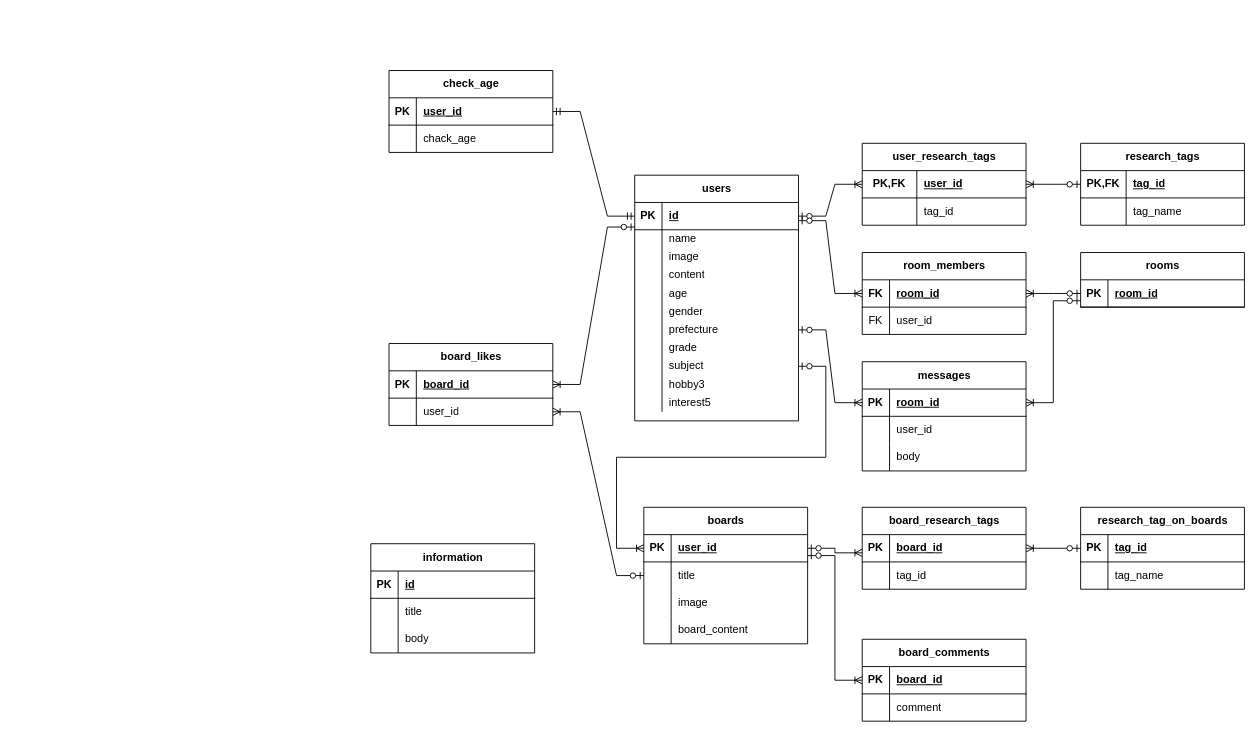
Above: ER_auth_test.drawio in chobencho/auth-test (draw.io), before the change. Source tidied: cells renumbered, new cells numbered last; positions are measured from the earlier drawing's top-left corner, leaving out a move shared by most shapes. Both pictures are drawn from the tidied source at 91%, with x=0, y=0 at pixel (252, 70).
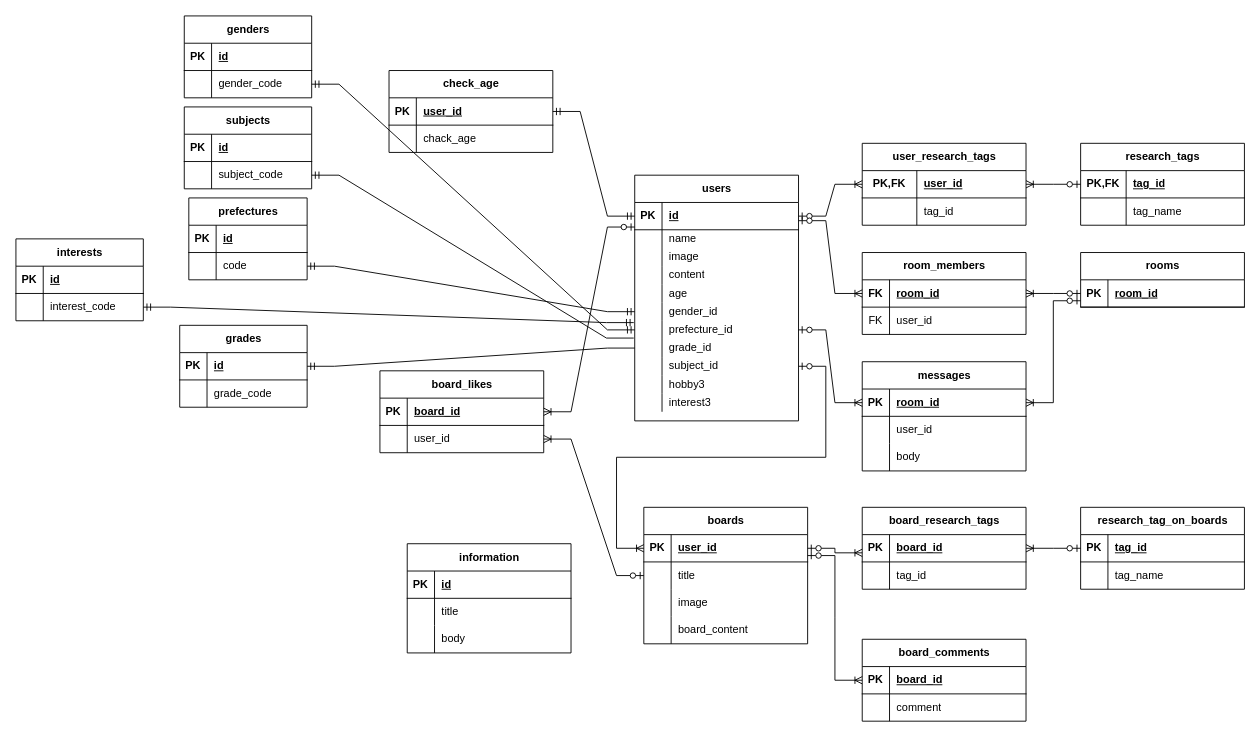
After the change.

Commit message:
ER_auth_test.drawio を更新します

Unchanged cells that the change refers to:
```xml
<mxCell id="18" style="shape=tableRow;horizontal=0;startSize=0;swimlaneHead=0;swimlaneBody=0;fillColor=none;points=[[0,0.5],[1,0.5]];portConstraint=eastwest;top=0;left=0;right=0;bottom=0;" parent="2" vertex="1">
  <mxGeometry y="140" width="180" height="20" as="geometry" />
</mxCell>
<mxCell id="21" style="shape=tableRow;horizontal=0;startSize=0;swimlaneHead=0;swimlaneBody=0;fillColor=none;points=[[0,0.5],[1,0.5]];portConstraint=eastwest;top=0;left=0;right=0;bottom=0;" parent="2" vertex="1">
  <mxGeometry y="160" width="180" height="20" as="geometry" />
</mxCell>
<mxCell id="24" style="shape=tableRow;horizontal=0;startSize=0;swimlaneHead=0;swimlaneBody=0;fillColor=none;points=[[0,0.5],[1,0.5]];portConstraint=eastwest;top=0;left=0;right=0;bottom=0;" parent="2" vertex="1">
  <mxGeometry y="180" width="180" height="20" as="geometry" />
</mxCell>
<mxCell id="27" style="shape=tableRow;horizontal=0;startSize=0;swimlaneHead=0;swimlaneBody=0;fillColor=none;points=[[0,0.5],[1,0.5]];portConstraint=eastwest;top=0;left=0;right=0;bottom=0;" parent="2" vertex="1">
  <mxGeometry y="200" width="180" height="20" as="geometry" />
</mxCell>
<mxCell id="33" style="shape=tableRow;horizontal=0;startSize=0;swimlaneHead=0;swimlaneBody=0;fillColor=none;top=0;left=0;right=0;bottom=0;" parent="2" vertex="1">
  <mxGeometry y="240" width="180" height="20" as="geometry" />
</mxCell>
```

Diff of the diagram source:
```diff
@@
-    <mxCell id="20" value="gender" style="shape=partialRectangle;fillColor=none;top=0;left=0;bottom=0;right=0;align=left;spacingLeft=6;overflow=hidden;whiteSpace=wrap;html=1;" parent="18" vertex="1">
+    <mxCell id="20" value="gender_id" style="shape=partialRectangle;fillColor=none;top=0;left=0;bottom=0;right=0;align=left;spacingLeft=6;overflow=hidden;whiteSpace=wrap;html=1;" parent="18" vertex="1">
       <mxGeometry x="30" width="150" height="20" as="geometry" />
     </mxCell>
@@
-    <mxCell id="23" value="prefecture" style="shape=partialRectangle;fillColor=none;top=0;left=0;bottom=0;right=0;align=left;spacingLeft=6;overflow=hidden;whiteSpace=wrap;html=1;" parent="21" vertex="1">
+    <mxCell id="23" value="prefecture_id" style="shape=partialRectangle;fillColor=none;top=0;left=0;bottom=0;right=0;align=left;spacingLeft=6;overflow=hidden;whiteSpace=wrap;html=1;" parent="21" vertex="1">
       <mxGeometry x="30" width="150" height="20" as="geometry" />
     </mxCell>
@@
-    <mxCell id="26" value="grade" style="shape=partialRectangle;fillColor=none;top=0;left=0;bottom=0;right=0;align=left;spacingLeft=6;overflow=hidden;whiteSpace=wrap;html=1;" parent="24" vertex="1">
+    <mxCell id="26" value="grade_id" style="shape=partialRectangle;fillColor=none;top=0;left=0;bottom=0;right=0;align=left;spacingLeft=6;overflow=hidden;whiteSpace=wrap;html=1;" parent="24" vertex="1">
       <mxGeometry x="30" width="150" height="20" as="geometry" />
     </mxCell>
@@
-    <mxCell id="29" value="subject" style="shape=partialRectangle;fillColor=none;top=0;left=0;bottom=0;right=0;align=left;spacingLeft=6;overflow=hidden;whiteSpace=wrap;html=1;" parent="27" vertex="1">
+    <mxCell id="29" value="subject_id" style="shape=partialRectangle;fillColor=none;top=0;left=0;bottom=0;right=0;align=left;spacingLeft=6;overflow=hidden;whiteSpace=wrap;html=1;" parent="27" vertex="1">
       <mxGeometry x="30" width="150" height="20" as="geometry" />
     </mxCell>
@@
-    <mxCell id="35" value="interest5" style="shape=partialRectangle;fillColor=none;top=0;left=0;bottom=0;right=0;align=left;spacingLeft=6;overflow=hidden;whiteSpace=wrap;html=1;" parent="33" vertex="1">
+    <mxCell id="35" value="interest3" style="shape=partialRectangle;fillColor=none;top=0;left=0;bottom=0;right=0;align=left;spacingLeft=6;overflow=hidden;whiteSpace=wrap;html=1;" parent="33" vertex="1">
       <mxGeometry x="30" width="150" height="20" as="geometry" />
     </mxCell>
@@
     <mxCell id="107" value="board_likes" style="shape=table;startSize=30;childLayout=tableLayout;rowLines=0;fontStyle=1;align=center;html=1;" parent="1" vertex="1">
-      <mxGeometry x="150" y="300" width="180" height="90" as="geometry" />
+      <mxGeometry x="140" y="330" width="180" height="90" as="geometry" />
     </mxCell>
@@
     <mxCell id="132" value="information" style="shape=table;startSize=30;childLayout=tableLayout;rowLines=0;fontStyle=1;align=center;html=1;" parent="1" vertex="1">
-      <mxGeometry x="130" y="520" width="180" height="120" as="geometry" />
+      <mxGeometry x="170" y="520" width="180" height="120" as="geometry" />
     </mxCell>
@@
+    <mxCell id="142" value="prefectures" style="shape=table;startSize=30;childLayout=tableLayout;rowLines=0;fontStyle=1;align=center;html=1;" parent="1" vertex="1">
+      <mxGeometry x="-70" y="140" width="130" height="90" as="geometry" />
+    </mxCell>
+    <mxCell id="143" style="shape=tableRow;horizontal=0;startSize=0;swimlaneHead=0;swimlaneBody=0;fillColor=none;top=0;left=0;right=0;bottom=1;" parent="142" vertex="1">
+      <mxGeometry y="30" width="130" height="30" as="geometry" />
+    </mxCell>
+    <mxCell id="144" value="PK" style="shape=partialRectangle;fillColor=none;top=0;left=0;bottom=0;right=0;fontStyle=1;overflow=hidden;whiteSpace=wrap;html=1;" parent="143" vertex="1">
+      <mxGeometry width="30" height="30" as="geometry" />
+    </mxCell>
+    <mxCell id="145" value="id" style="shape=partialRectangle;fillColor=none;top=0;left=0;bottom=0;right=0;align=left;spacingLeft=6;fontStyle=5;overflow=hidden;whiteSpace=wrap;html=1;" parent="143" vertex="1">
+      <mxGeometry x="30" width="100" height="30" as="geometry" />
+    </mxCell>
+    <mxCell id="146" style="shape=tableRow;horizontal=0;startSize=0;swimlaneHead=0;swimlaneBody=0;fillColor=none;points=[[0,0.5],[1,0.5]];portConstraint=eastwest;top=0;left=0;right=0;bottom=0;" parent="142" vertex="1">
+      <mxGeometry y="60" width="130" height="30" as="geometry" />
+    </mxCell>
+    <mxCell id="147" style="shape=partialRectangle;fillColor=none;top=0;left=0;bottom=0;right=0;overflow=hidden;whiteSpace=wrap;html=1;" parent="146" vertex="1">
+      <mxGeometry width="30" height="30" as="geometry" />
+    </mxCell>
+    <mxCell id="148" value="code" style="shape=partialRectangle;fillColor=none;top=0;left=0;bottom=0;right=0;align=left;spacingLeft=6;overflow=hidden;whiteSpace=wrap;html=1;" parent="146" vertex="1">
+      <mxGeometry x="30" width="100" height="30" as="geometry" />
+    </mxCell>
+    <mxCell id="149" value="subjects" style="shape=table;startSize=30;childLayout=tableLayout;rowLines=0;fontStyle=1;align=center;html=1;" parent="1" vertex="1">
+      <mxGeometry x="-75" y="40" width="140" height="90" as="geometry" />
+    </mxCell>
+    <mxCell id="150" style="shape=tableRow;horizontal=0;startSize=0;swimlaneHead=0;swimlaneBody=0;fillColor=none;top=0;left=0;right=0;bottom=1;" parent="149" vertex="1">
+      <mxGeometry y="30" width="140" height="30" as="geometry" />
+    </mxCell>
+    <mxCell id="151" value="PK" style="shape=partialRectangle;fillColor=none;top=0;left=0;bottom=0;right=0;fontStyle=1;overflow=hidden;whiteSpace=wrap;html=1;" parent="150" vertex="1">
+      <mxGeometry width="30" height="30" as="geometry" />
+    </mxCell>
+    <mxCell id="152" value="id" style="shape=partialRectangle;fillColor=none;top=0;left=0;bottom=0;right=0;align=left;spacingLeft=6;fontStyle=5;overflow=hidden;whiteSpace=wrap;html=1;" parent="150" vertex="1">
+      <mxGeometry x="30" width="110" height="30" as="geometry" />
+    </mxCell>
+    <mxCell id="153" style="shape=tableRow;horizontal=0;startSize=0;swimlaneHead=0;swimlaneBody=0;fillColor=none;points=[[0,0.5],[1,0.5]];portConstraint=eastwest;top=0;left=0;right=0;bottom=0;" parent="149" vertex="1">
+      <mxGeometry y="60" width="140" height="30" as="geometry" />
+    </mxCell>
+    <mxCell id="154" style="shape=partialRectangle;fillColor=none;top=0;left=0;bottom=0;right=0;overflow=hidden;whiteSpace=wrap;html=1;" parent="153" vertex="1">
+      <mxGeometry width="30" height="30" as="geometry" />
+    </mxCell>
+    <mxCell id="155" value="subject_code" style="shape=partialRectangle;fillColor=none;top=0;left=0;bottom=0;right=0;align=left;spacingLeft=6;overflow=hidden;whiteSpace=wrap;html=1;" parent="153" vertex="1">
+      <mxGeometry x="30" width="110" height="30" as="geometry" />
+    </mxCell>
+    <mxCell id="156" value="genders" style="shape=table;startSize=30;childLayout=tableLayout;rowLines=0;fontStyle=1;align=center;html=1;" parent="1" vertex="1">
+      <mxGeometry x="-75" y="-60" width="140" height="90" as="geometry" />
+    </mxCell>
+    <mxCell id="157" style="shape=tableRow;horizontal=0;startSize=0;swimlaneHead=0;swimlaneBody=0;fillColor=none;top=0;left=0;right=0;bottom=1;" parent="156" vertex="1">
+      <mxGeometry y="30" width="140" height="30" as="geometry" />
+    </mxCell>
+    <mxCell id="158" value="PK" style="shape=partialRectangle;fillColor=none;top=0;left=0;bottom=0;right=0;fontStyle=1;overflow=hidden;whiteSpace=wrap;html=1;" parent="157" vertex="1">
+      <mxGeometry width="30" height="30" as="geometry" />
+    </mxCell>
+    <mxCell id="159" value="id" style="shape=partialRectangle;fillColor=none;top=0;left=0;bottom=0;right=0;align=left;spacingLeft=6;fontStyle=5;overflow=hidden;whiteSpace=wrap;html=1;" parent="157" vertex="1">
+      <mxGeometry x="30" width="110" height="30" as="geometry" />
+    </mxCell>
+    <mxCell id="160" style="shape=tableRow;horizontal=0;startSize=0;swimlaneHead=0;swimlaneBody=0;fillColor=none;points=[[0,0.5],[1,0.5]];portConstraint=eastwest;top=0;left=0;right=0;bottom=0;" parent="156" vertex="1">
+      <mxGeometry y="60" width="140" height="30" as="geometry" />
+    </mxCell>
+    <mxCell id="161" style="shape=partialRectangle;fillColor=none;top=0;left=0;bottom=0;right=0;overflow=hidden;whiteSpace=wrap;html=1;" parent="160" vertex="1">
+      <mxGeometry width="30" height="30" as="geometry" />
+    </mxCell>
+    <mxCell id="162" value="gender_code" style="shape=partialRectangle;fillColor=none;top=0;left=0;bottom=0;right=0;align=left;spacingLeft=6;overflow=hidden;whiteSpace=wrap;html=1;" parent="160" vertex="1">
+      <mxGeometry x="30" width="110" height="30" as="geometry" />
+    </mxCell>
+    <mxCell id="163" value="grades" style="shape=table;startSize=30;childLayout=tableLayout;rowLines=0;fontStyle=1;align=center;html=1;" parent="1" vertex="1">
+      <mxGeometry x="-80" y="280" width="140" height="90" as="geometry" />
+    </mxCell>
+    <mxCell id="164" style="shape=tableRow;horizontal=0;startSize=0;swimlaneHead=0;swimlaneBody=0;fillColor=none;points=[[0,0.5],[1,0.5]];portConstraint=eastwest;top=0;left=0;right=0;bottom=1;" parent="163" vertex="1">
+      <mxGeometry y="30" width="140" height="30" as="geometry" />
+    </mxCell>
+    <mxCell id="165" value="PK" style="shape=partialRectangle;fillColor=none;top=0;left=0;bottom=0;right=0;fontStyle=1;overflow=hidden;whiteSpace=wrap;html=1;" parent="164" vertex="1">
+      <mxGeometry width="30" height="30" as="geometry" />
+    </mxCell>
+    <mxCell id="166" value="id" style="shape=partialRectangle;fillColor=none;top=0;left=0;bottom=0;right=0;align=left;spacingLeft=6;fontStyle=5;overflow=hidden;whiteSpace=wrap;html=1;" parent="164" vertex="1">
+      <mxGeometry x="30" width="110" height="30" as="geometry" />
+    </mxCell>
+    <mxCell id="167" style="shape=tableRow;horizontal=0;startSize=0;swimlaneHead=0;swimlaneBody=0;fillColor=none;top=0;left=0;right=0;bottom=0;" parent="163" vertex="1">
+      <mxGeometry y="60" width="140" height="30" as="geometry" />
+    </mxCell>
+    <mxCell id="168" style="shape=partialRectangle;fillColor=none;top=0;left=0;bottom=0;right=0;overflow=hidden;whiteSpace=wrap;html=1;" parent="167" vertex="1">
+      <mxGeometry width="30" height="30" as="geometry" />
+    </mxCell>
+    <mxCell id="169" value="grade_code" style="shape=partialRectangle;fillColor=none;top=0;left=0;bottom=0;right=0;align=left;spacingLeft=6;overflow=hidden;whiteSpace=wrap;html=1;" parent="167" vertex="1">
+      <mxGeometry x="30" width="110" height="30" as="geometry" />
+    </mxCell>
+    <mxCell id="170" style="edgeStyle=entityRelationEdgeStyle;fontSize=12;html=1;endArrow=ERmandOne;startArrow=ERmandOne;rounded=0;exitX=0;exitY=0.5;exitDx=0;exitDy=0;entryX=1;entryY=0.5;entryDx=0;entryDy=0;" parent="1" edge="1" source="18" target="146">
+      <mxGeometry relative="1" as="geometry" />
+    </mxCell>
+    <mxCell id="171" style="edgeStyle=entityRelationEdgeStyle;fontSize=12;html=1;endArrow=ERmandOne;rounded=0;entryX=1;entryY=0.5;entryDx=0;entryDy=0;exitX=-0.006;exitY=-0.05;exitDx=0;exitDy=0;exitPerimeter=0;" parent="1" edge="1" source="24" target="153">
+      <mxGeometry relative="1" as="geometry" />
+    </mxCell>
+    <mxCell id="172" style="edgeStyle=entityRelationEdgeStyle;fontSize=12;html=1;endArrow=ERmandOne;startArrow=ERmandOne;rounded=0;entryX=1;entryY=0.5;entryDx=0;entryDy=0;exitX=0;exitY=0.5;exitDx=0;exitDy=0;" parent="1" edge="1" source="21" target="160">
+      <mxGeometry relative="1" as="geometry" />
+    </mxCell>
+    <mxCell id="173" style="edgeStyle=entityRelationEdgeStyle;fontSize=12;html=1;endArrow=ERmandOne;rounded=0;entryX=1;entryY=0.5;entryDx=0;entryDy=0;exitX=0;exitY=0.5;exitDx=0;exitDy=0;" parent="1" edge="1" source="24" target="164">
+      <mxGeometry relative="1" as="geometry" />
+    </mxCell>
+    <mxCell id="174" value="interests" style="shape=table;startSize=30;childLayout=tableLayout;rowLines=0;fontStyle=1;align=center;html=1;" parent="1" vertex="1">
+      <mxGeometry x="-260" y="185" width="140" height="90" as="geometry" />
+    </mxCell>
+    <mxCell id="175" style="shape=tableRow;horizontal=0;startSize=0;swimlaneHead=0;swimlaneBody=0;fillColor=none;top=0;left=0;right=0;bottom=1;" parent="174" vertex="1">
+      <mxGeometry y="30" width="140" height="30" as="geometry" />
+    </mxCell>
+    <mxCell id="176" value="PK" style="shape=partialRectangle;fillColor=none;top=0;left=0;bottom=0;right=0;fontStyle=1;overflow=hidden;whiteSpace=wrap;html=1;" parent="175" vertex="1">
+      <mxGeometry width="30" height="30" as="geometry" />
+    </mxCell>
+    <mxCell id="177" value="id" style="shape=partialRectangle;fillColor=none;top=0;left=0;bottom=0;right=0;align=left;spacingLeft=6;fontStyle=5;overflow=hidden;whiteSpace=wrap;html=1;" parent="175" vertex="1">
+      <mxGeometry x="30" width="110" height="30" as="geometry" />
+    </mxCell>
+    <mxCell id="178" style="shape=tableRow;horizontal=0;startSize=0;swimlaneHead=0;swimlaneBody=0;fillColor=none;points=[[0,0.5],[1,0.5]];portConstraint=eastwest;top=0;left=0;right=0;bottom=0;" parent="174" vertex="1">
+      <mxGeometry y="60" width="140" height="30" as="geometry" />
+    </mxCell>
+    <mxCell id="179" style="shape=partialRectangle;fillColor=none;top=0;left=0;bottom=0;right=0;overflow=hidden;whiteSpace=wrap;html=1;" parent="178" vertex="1">
+      <mxGeometry width="30" height="30" as="geometry" />
+    </mxCell>
+    <mxCell id="180" value="interest_code" style="shape=partialRectangle;fillColor=none;top=0;left=0;bottom=0;right=0;align=left;spacingLeft=6;overflow=hidden;whiteSpace=wrap;html=1;" parent="178" vertex="1">
+      <mxGeometry x="30" width="110" height="30" as="geometry" />
+    </mxCell>
+    <mxCell id="181" style="edgeStyle=entityRelationEdgeStyle;fontSize=12;html=1;endArrow=ERmandOne;startArrow=ERmandOne;rounded=0;exitX=-0.006;exitY=0.1;exitDx=0;exitDy=0;entryX=1;entryY=0.5;entryDx=0;entryDy=0;exitPerimeter=0;" parent="1" edge="1" source="21" target="178">
+      <mxGeometry relative="1" as="geometry" />
+    </mxCell>
```
